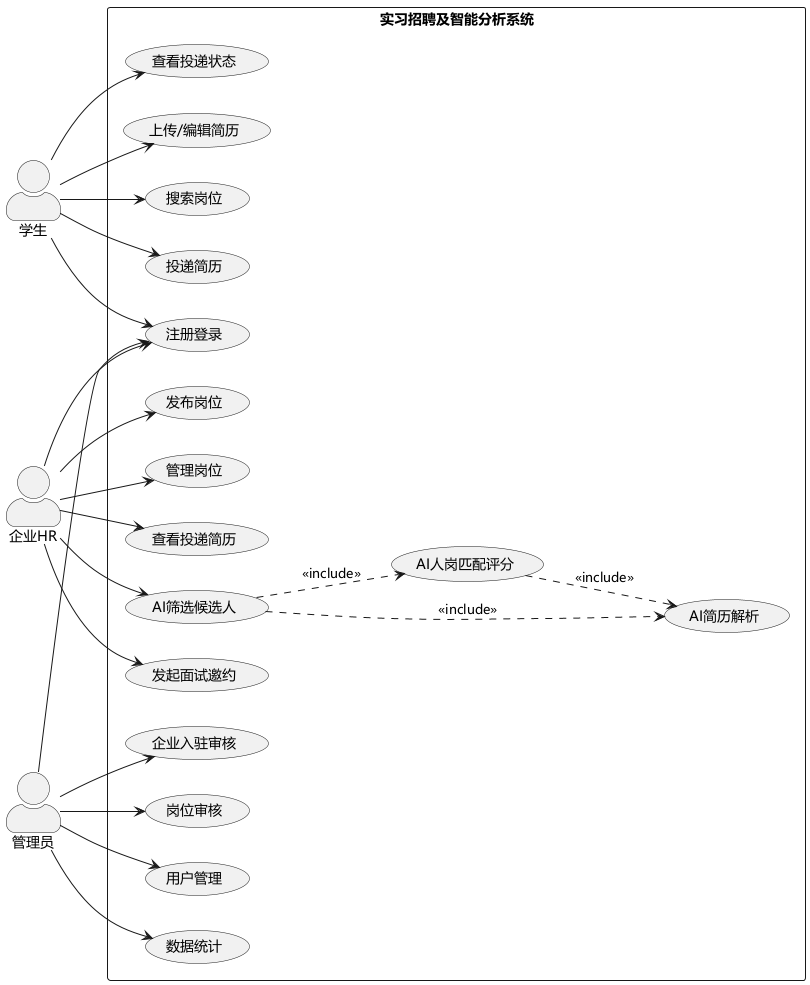
The PlantUML diagram uml/png/系统/用例图.png in sheep7-bot/recruit-internship-system, before a commit. The source it was exported from:
```plantuml
@startuml 用例图
skinparam defaultFontName "Microsoft YaHei"
left to right direction
skinparam actorStyle awesome

actor "学生" as student
actor "企业HR" as hr
actor "管理员" as admin

rectangle "实习招聘及智能分析系统" {
  usecase "注册登录" as UC1
  usecase "上传/编辑简历" as UC2
  usecase "搜索岗位" as UC3
  usecase "投递简历" as UC4
  usecase "查看投递状态" as UC5

  usecase "发布岗位" as UC6
  usecase "管理岗位" as UC7
  usecase "查看投递简历" as UC8
  usecase "AI筛选候选人" as UC9
  usecase "发起面试邀约" as UC10

  usecase "企业入驻审核" as UC11
  usecase "岗位审核" as UC12
  usecase "用户管理" as UC13
  usecase "数据统计" as UC14

  usecase "AI简历解析" as UC15
  usecase "AI人岗匹配评分" as UC16
}

student --> UC1
student --> UC2
student --> UC3
student --> UC4
student --> UC5

hr --> UC1
hr --> UC6
hr --> UC7
hr --> UC8
hr --> UC9
hr --> UC10

admin --> UC1
admin --> UC11
admin --> UC12
admin --> UC13
admin --> UC14

UC9 ..> UC15 : <<include>>
UC9 ..> UC16 : <<include>>
UC16 ..> UC15 : <<include>>
@enduml
```
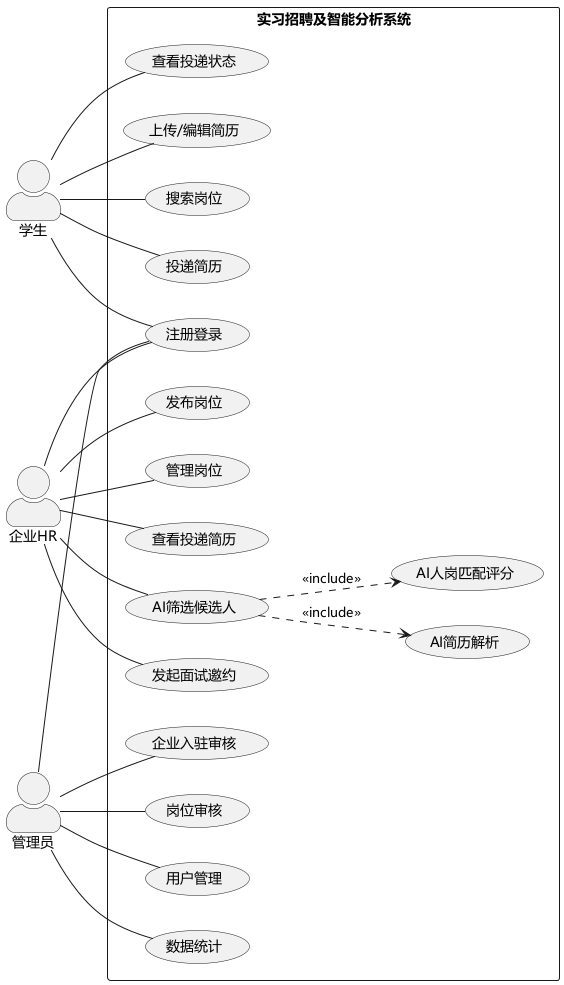
After the commit.

Diff of the diagram source:
```diff
@@ -29,26 +29,25 @@
   usecase "AI人岗匹配评分" as UC16
 }
 
-student --> UC1
-student --> UC2
-student --> UC3
-student --> UC4
-student --> UC5
+student -- UC1
+student -- UC2
+student -- UC3
+student -- UC4
+student -- UC5
 
-hr --> UC1
-hr --> UC6
-hr --> UC7
-hr --> UC8
-hr --> UC9
-hr --> UC10
+hr -- UC1
+hr -- UC6
+hr -- UC7
+hr -- UC8
+hr -- UC9
+hr -- UC10
 
-admin --> UC1
-admin --> UC11
-admin --> UC12
-admin --> UC13
-admin --> UC14
+admin -- UC1
+admin -- UC11
+admin -- UC12
+admin -- UC13
+admin -- UC14
 
 UC9 ..> UC15 : <<include>>
 UC9 ..> UC16 : <<include>>
-UC16 ..> UC15 : <<include>>
 @enduml
```
